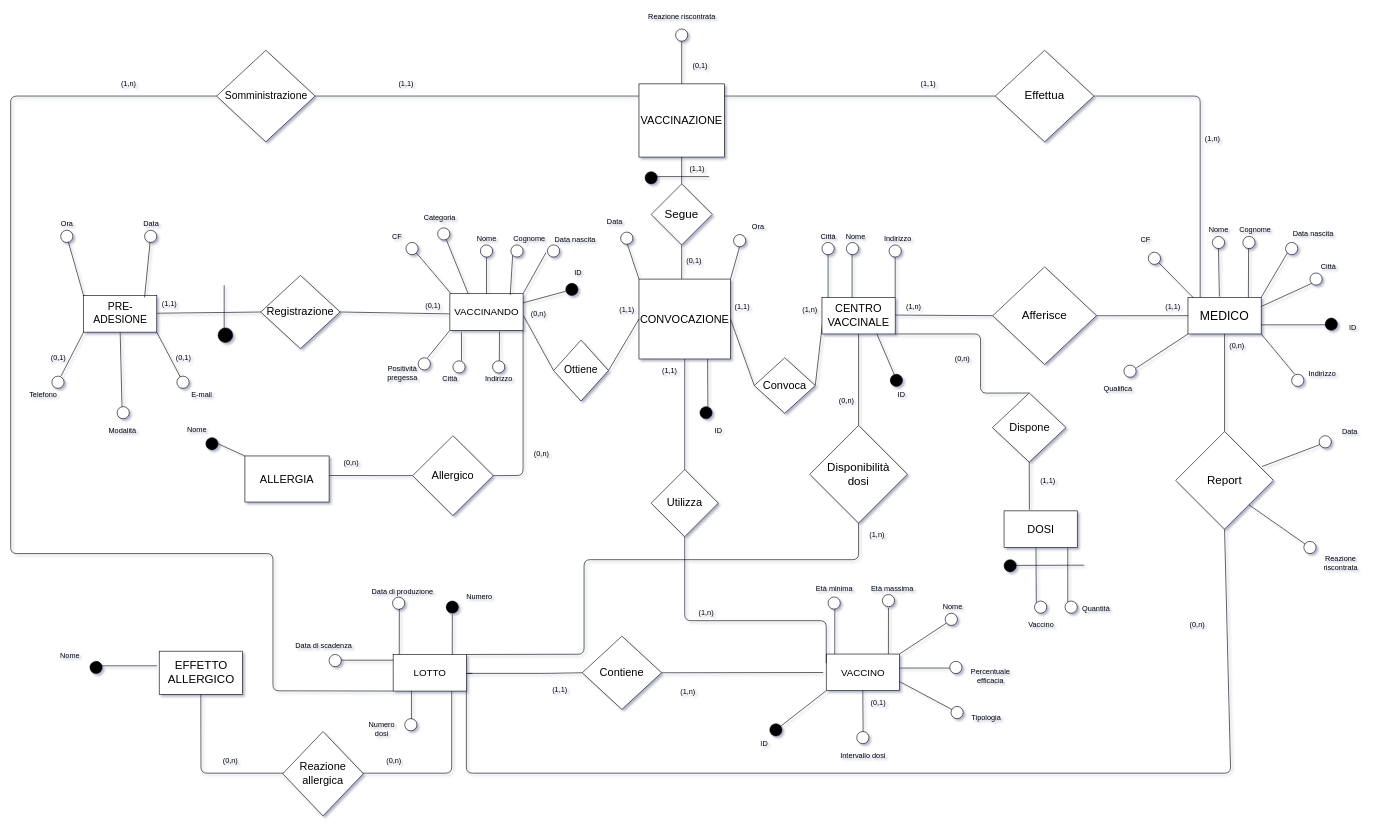
Before: page "ERristr" (1 of 2) of bd/Schema E/ERristrutturato.drawio in shaggyishere/VaccineDatabase, a draw.io diagram. Source tidied: cells renumbered, new cells numbered last; positions are measured from the earlier drawing's top-left corner, leaving out a move shared by most shapes. Both pictures are drawn from the tidied source at 61%, with x=0, y=0 at pixel (10, 10).
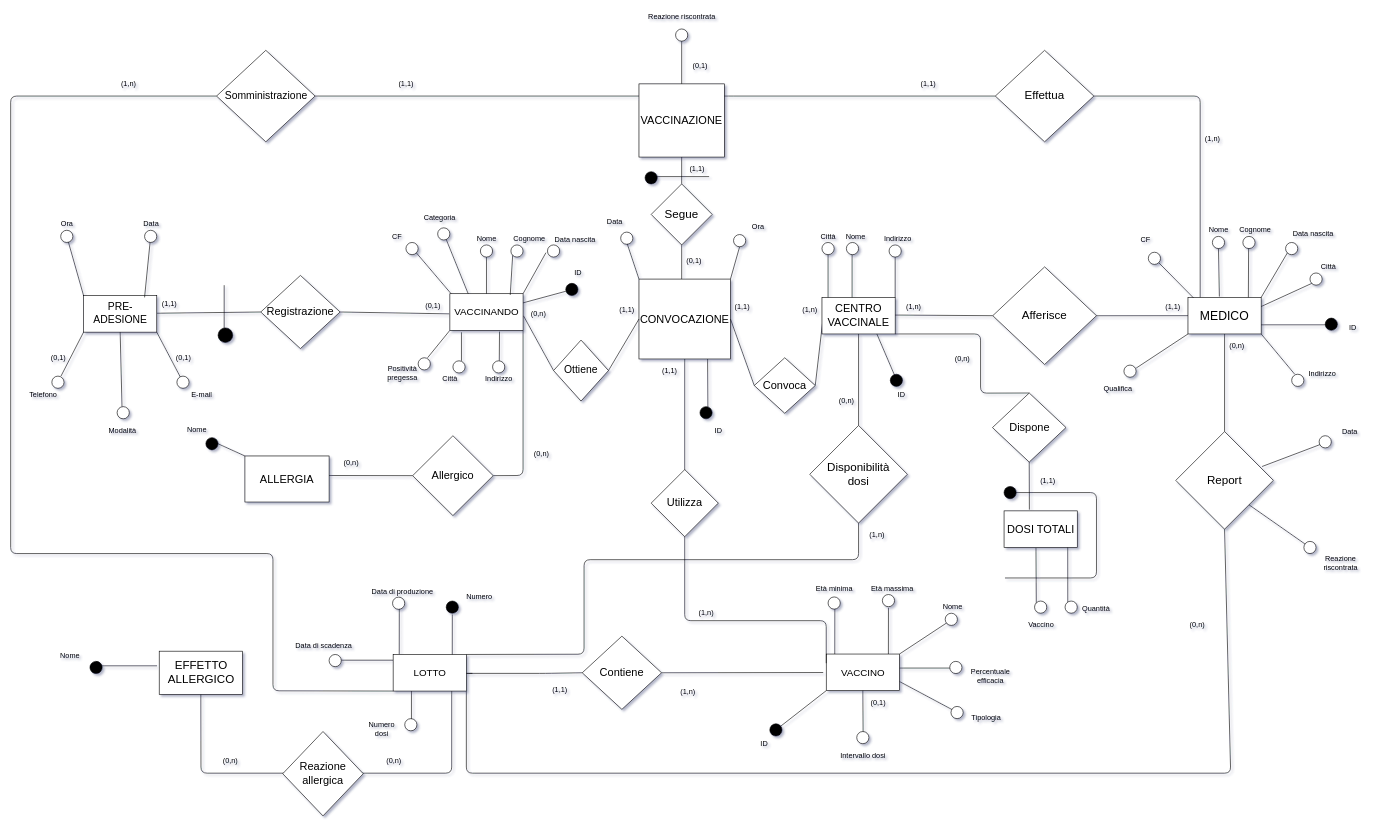
The same page after the edit.

Commit message:
cambiata chiave dell'entità DOSI TOTALI

Diff of the diagram source:
```diff
@@
-    <mxCell id="224" value="&lt;font style=&quot;font-size: 18px&quot;&gt;DOSI&lt;/font&gt;" style="whiteSpace=wrap;html=1;strokeWidth=1;fillColor=#FFFFFF;" parent="1" vertex="1">
+    <mxCell id="224" value="&lt;font style=&quot;font-size: 18px&quot;&gt;DOSI TOTALI&lt;br&gt;&lt;/font&gt;" style="whiteSpace=wrap;html=1;strokeWidth=1;fillColor=#FFFFFF;" parent="1" vertex="1">
       <mxGeometry x="1628.5" y="820" width="120" height="60" as="geometry" />
     </mxCell>
@@
-    <mxCell id="234" style="endArrow=none;html=1;" parent="1" edge="1">
+    <mxCell id="234" style="endArrow=none;html=1;exitX=1;exitY=0.5;exitDx=0;exitDy=0;" parent="1" edge="1" source="235">
       <mxGeometry relative="1" as="geometry">
-        <mxPoint x="1638.5" y="909.4" as="sourcePoint" />
-        <mxPoint x="1760" y="909" as="targetPoint" />
+        <mxPoint x="1630" y="930" as="targetPoint" />
+        <Array as="points">
+          <mxPoint x="1780" y="790" />
+          <mxPoint x="1780" y="930" />
+        </Array>
       </mxGeometry>
     </mxCell>
     <mxCell id="235" style="ellipse;whiteSpace=wrap;html=1;strokeWidth=1;fillColor=#000000;" parent="1" vertex="1">
-      <mxGeometry x="1628.5" y="900" width="20" height="20" as="geometry" />
+      <mxGeometry x="1628.5" y="780" width="20" height="20" as="geometry" />
     </mxCell>
```
